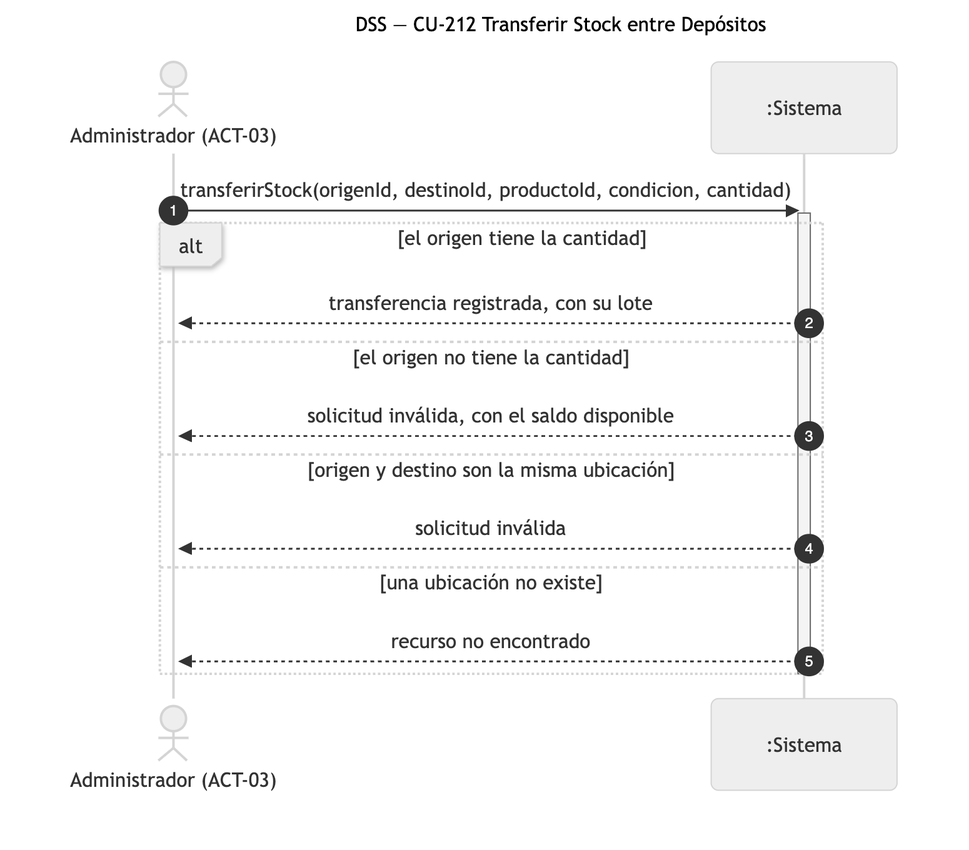
Above: diagramas/png/DSS_CU-212_Transferir-Stock-entre-Depositos.png in Nahuelito-Dev/splg-docs (Mermaid), before the change. Its source is kept beside it as diagramas/DSS_CU-212_Transferir-Stock-entre-Depositos.mmd. Its diagram source:
```mermaid
sequenceDiagram
    title DSS — CU-212 Transferir Stock entre Depósitos
    autonumber
    actor ADM as Administrador (ACT-03)
    participant SIS as :Sistema

    ADM->>SIS: transferirStock(origenId, destinoId, productoId, condicion, cantidad)
    activate SIS
    alt el origen tiene la cantidad
        SIS-->>ADM: transferencia registrada, con su lote
    else el origen no tiene la cantidad
        SIS-->>ADM: solicitud inválida, con el saldo disponible
    else origen y destino son la misma ubicación
        SIS-->>ADM: solicitud inválida
    else una ubicación no existe
        SIS-->>ADM: recurso no encontrado
    end
    deactivate SIS
```
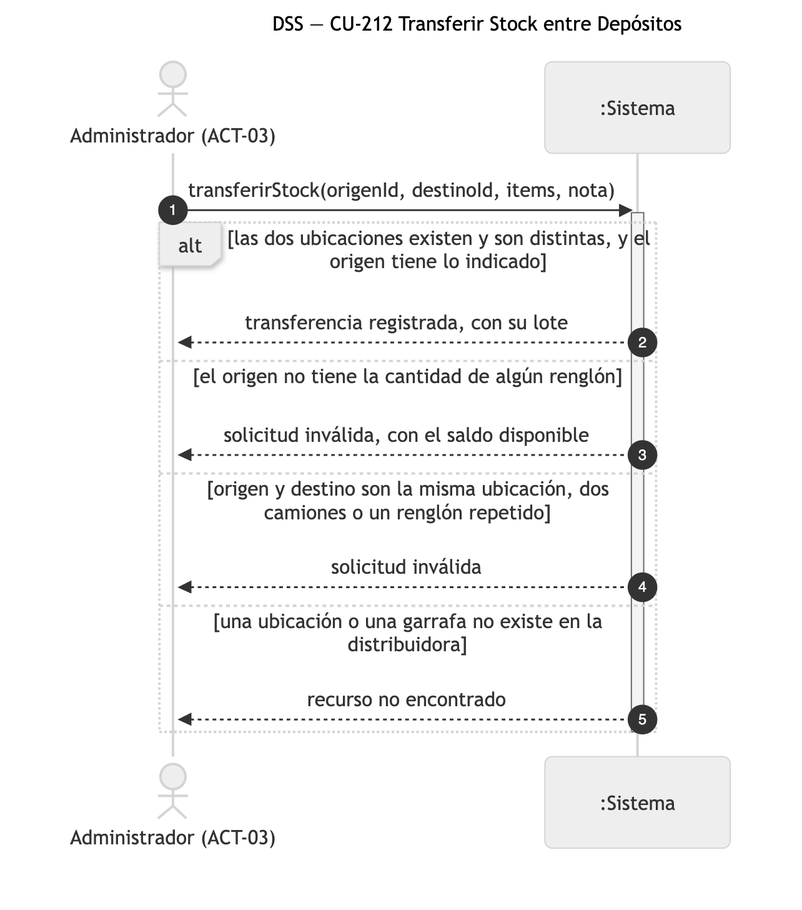
Above is the later version.

The edit, as a diff of the source:
```diff
@@ -4,15 +4,15 @@
     actor ADM as Administrador (ACT-03)
     participant SIS as :Sistema
 
-    ADM->>SIS: transferirStock(origenId, destinoId, productoId, condicion, cantidad)
+    ADM->>SIS: transferirStock(origenId, destinoId, items, nota)
     activate SIS
-    alt el origen tiene la cantidad
+    alt las dos ubicaciones existen y son distintas, y el origen tiene lo indicado
         SIS-->>ADM: transferencia registrada, con su lote
-    else el origen no tiene la cantidad
+    else el origen no tiene la cantidad de algún renglón
         SIS-->>ADM: solicitud inválida, con el saldo disponible
-    else origen y destino son la misma ubicación
+    else origen y destino son la misma ubicación, dos camiones o un renglón repetido
         SIS-->>ADM: solicitud inválida
-    else una ubicación no existe
+    else una ubicación o una garrafa no existe en la distribuidora
         SIS-->>ADM: recurso no encontrado
     end
     deactivate SIS
```
